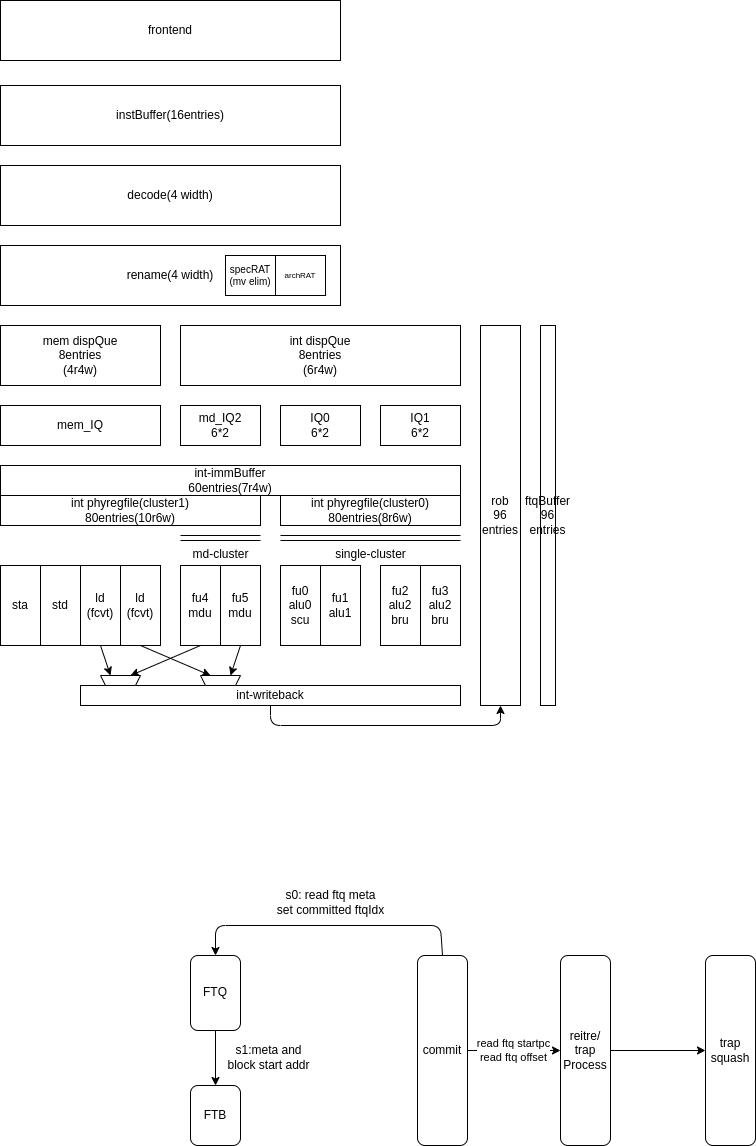
tastynoob/aura-core keeps this draw.io diagram as doc/aura-backend.drawio.png. Above is the earlier version. Source tidied: cells renumbered, new cells last; positions are measured from the earlier drawing's top-left corner, leaving out a move shared by most shapes. Source of this version:
```xml
<mxGraphModel>
  <root>
    <mxCell id="0" />
    <mxCell id="1" parent="0" />
    <mxCell id="2" value="int dispQue&lt;br&gt;8entries&lt;br&gt;(6r4w)" style="rounded=0;whiteSpace=wrap;html=1;align=center;verticalAlign=middle;" parent="1" vertex="1">
      <mxGeometry x="180" y="325" width="280" height="60" as="geometry" />
    </mxCell>
    <mxCell id="3" value="md_IQ2&lt;br&gt;6*2" style="rounded=0;whiteSpace=wrap;html=1;align=center;verticalAlign=middle;" parent="1" vertex="1">
      <mxGeometry x="180" y="405" width="80" height="40" as="geometry" />
    </mxCell>
    <mxCell id="4" value="mem_IQ" style="rounded=0;whiteSpace=wrap;html=1;align=center;verticalAlign=middle;" parent="1" vertex="1">
      <mxGeometry y="405" width="160" height="40" as="geometry" />
    </mxCell>
    <mxCell id="5" value="std" style="rounded=0;whiteSpace=wrap;html=1;" parent="1" vertex="1">
      <mxGeometry x="40" y="565" width="40" height="80" as="geometry" />
    </mxCell>
    <mxCell id="6" value="sta" style="rounded=0;whiteSpace=wrap;html=1;" parent="1" vertex="1">
      <mxGeometry y="565" width="40" height="80" as="geometry" />
    </mxCell>
    <mxCell id="7" style="edgeStyle=none;html=1;exitX=0.5;exitY=1;exitDx=0;exitDy=0;entryX=0.75;entryY=1;entryDx=0;entryDy=0;fontSize=10;" parent="1" edge="1" source="8" target="29">
      <mxGeometry relative="1" as="geometry" />
    </mxCell>
    <mxCell id="8" value="ld&lt;br&gt;(fcvt)" style="rounded=0;whiteSpace=wrap;html=1;" parent="1" vertex="1">
      <mxGeometry x="120" y="565" width="40" height="80" as="geometry" />
    </mxCell>
    <mxCell id="9" style="edgeStyle=none;html=1;exitX=0.5;exitY=1;exitDx=0;exitDy=0;entryX=0.75;entryY=1;entryDx=0;entryDy=0;fontSize=10;" parent="1" edge="1" source="10" target="28">
      <mxGeometry relative="1" as="geometry" />
    </mxCell>
    <mxCell id="10" value="ld&lt;br&gt;(fcvt)" style="rounded=0;whiteSpace=wrap;html=1;" parent="1" vertex="1">
      <mxGeometry x="80" y="565" width="40" height="80" as="geometry" />
    </mxCell>
    <mxCell id="11" value="IQ0&lt;br&gt;6*2" style="rounded=0;whiteSpace=wrap;html=1;align=center;verticalAlign=middle;" parent="1" vertex="1">
      <mxGeometry x="280" y="405" width="80" height="40" as="geometry" />
    </mxCell>
    <mxCell id="12" value="IQ1&lt;br&gt;6*2" style="rounded=0;whiteSpace=wrap;html=1;align=center;verticalAlign=middle;" parent="1" vertex="1">
      <mxGeometry x="380" y="405" width="80" height="40" as="geometry" />
    </mxCell>
    <mxCell id="13" value="fu2&lt;br&gt;alu2&lt;br&gt;bru" style="rounded=0;whiteSpace=wrap;html=1;" parent="1" vertex="1">
      <mxGeometry x="380" y="565" width="40" height="80" as="geometry" />
    </mxCell>
    <mxCell id="14" style="group;" parent="1" vertex="1">
      <mxGeometry x="180" y="555" width="80" height="80" as="geometry" />
    </mxCell>
    <mxCell id="15" value="fu5&lt;br&gt;mdu" style="rounded=0;whiteSpace=wrap;html=1;" parent="14" vertex="1">
      <mxGeometry x="40" y="10" width="40" height="80" as="geometry" />
    </mxCell>
    <mxCell id="16" value="fu4&lt;br&gt;mdu" style="rounded=0;whiteSpace=wrap;html=1;" parent="14" vertex="1">
      <mxGeometry y="10" width="40" height="80" as="geometry" />
    </mxCell>
    <mxCell id="17" value="int-immBuffer&lt;br&gt;60entries(7r4w)" style="rounded=0;whiteSpace=wrap;html=1;align=center;verticalAlign=middle;" parent="1" vertex="1">
      <mxGeometry y="465" width="460" height="30" as="geometry" />
    </mxCell>
    <mxCell id="18" value="int phyregfile(cluster0)&lt;br&gt;80entries(8r6w)" style="rounded=0;whiteSpace=wrap;html=1;align=center;verticalAlign=middle;" parent="1" vertex="1">
      <mxGeometry x="280" y="495" width="180" height="30" as="geometry" />
    </mxCell>
    <mxCell id="19" value="int phyregfile(cluster1)&lt;br&gt;80entries(10r6w)" style="rounded=0;whiteSpace=wrap;html=1;align=center;verticalAlign=middle;" parent="1" vertex="1">
      <mxGeometry y="495" width="260" height="30" as="geometry" />
    </mxCell>
    <mxCell id="20" value="mem dispQue&lt;br&gt;8entries&lt;br&gt;(4r4w)" style="rounded=0;whiteSpace=wrap;html=1;align=center;verticalAlign=middle;" parent="1" vertex="1">
      <mxGeometry y="325" width="160" height="60" as="geometry" />
    </mxCell>
    <mxCell id="21" style="edgeStyle=none;html=1;entryX=0.5;entryY=1;entryDx=0;entryDy=0;" parent="1" edge="1" source="22" target="27">
      <mxGeometry relative="1" as="geometry">
        <Array as="points">
          <mxPoint x="270" y="725" />
          <mxPoint x="500" y="725" />
        </Array>
      </mxGeometry>
    </mxCell>
    <mxCell id="22" value="int-writeback" style="rounded=0;whiteSpace=wrap;html=1;align=center;verticalAlign=middle;" parent="1" vertex="1">
      <mxGeometry x="80" y="685" width="380" height="20" as="geometry" />
    </mxCell>
    <mxCell id="23" style="group;" parent="1" vertex="1">
      <mxGeometry y="245" width="340" height="60" as="geometry" />
    </mxCell>
    <mxCell id="24" value="rename(4 width)" style="rounded=0;whiteSpace=wrap;html=1;align=center;verticalAlign=middle;" parent="23" vertex="1">
      <mxGeometry width="340" height="60" as="geometry" />
    </mxCell>
    <mxCell id="25" value="specRAT&lt;br&gt;(mv elim)" style="rounded=0;whiteSpace=wrap;html=1;align=center;verticalAlign=middle;fontSize=10;" parent="23" vertex="1">
      <mxGeometry x="225" y="10" width="50" height="40" as="geometry" />
    </mxCell>
    <mxCell id="26" value="archRAT" style="rounded=0;whiteSpace=wrap;html=1;fontSize=8;" parent="23" vertex="1">
      <mxGeometry x="275" y="10" width="50" height="40" as="geometry" />
    </mxCell>
    <mxCell id="27" value="rob&lt;br&gt;96&lt;br&gt;entries" style="rounded=0;whiteSpace=wrap;html=1;align=center;verticalAlign=middle;" parent="1" vertex="1">
      <mxGeometry x="480" y="325" width="40" height="380" as="geometry" />
    </mxCell>
    <mxCell id="28" style="shape=trapezoid;perimeter=trapezoidPerimeter;whiteSpace=wrap;html=1;fixedSize=1;fontSize=10;rotation=-180;size=4.999999999999886;" parent="1" vertex="1">
      <mxGeometry x="100" y="675" width="40" height="10" as="geometry" />
    </mxCell>
    <mxCell id="29" style="shape=trapezoid;perimeter=trapezoidPerimeter;whiteSpace=wrap;html=1;fixedSize=1;fontSize=10;rotation=-180;size=4.999999999999886;" parent="1" vertex="1">
      <mxGeometry x="200" y="675" width="40" height="10" as="geometry" />
    </mxCell>
    <mxCell id="30" style="edgeStyle=none;html=1;exitX=0.5;exitY=1;exitDx=0;exitDy=0;entryX=0.25;entryY=1;entryDx=0;entryDy=0;fontSize=10;" parent="1" edge="1" source="16" target="28">
      <mxGeometry relative="1" as="geometry" />
    </mxCell>
    <mxCell id="31" style="edgeStyle=none;html=1;exitX=0.5;exitY=1;exitDx=0;exitDy=0;entryX=0.25;entryY=1;entryDx=0;entryDy=0;fontSize=10;" parent="1" edge="1" source="15" target="29">
      <mxGeometry relative="1" as="geometry" />
    </mxCell>
    <mxCell id="32" value="decode(4 width)" style="rounded=0;whiteSpace=wrap;html=1;align=center;verticalAlign=middle;" parent="1" vertex="1">
      <mxGeometry y="165" width="340" height="60" as="geometry" />
    </mxCell>
    <mxCell id="33" value="instBuffer(16entries)" style="rounded=0;whiteSpace=wrap;html=1;align=center;verticalAlign=middle;" parent="1" vertex="1">
      <mxGeometry y="85" width="340" height="60" as="geometry" />
    </mxCell>
    <mxCell id="34" value="single-cluster" style="verticalLabelPosition=bottom;shadow=0;dashed=0;align=center;html=1;verticalAlign=top;shape=mxgraph.electrical.transmission.2_line_bus;" parent="1" vertex="1">
      <mxGeometry x="280" y="535" width="180" height="5" as="geometry" />
    </mxCell>
    <mxCell id="35" value="md-cluster" style="verticalLabelPosition=bottom;shadow=0;dashed=0;align=center;html=1;verticalAlign=top;shape=mxgraph.electrical.transmission.2_line_bus;" parent="1" vertex="1">
      <mxGeometry x="180" y="535" width="80" height="5" as="geometry" />
    </mxCell>
    <mxCell id="36" value="frontend" style="rounded=0;whiteSpace=wrap;html=1;align=center;verticalAlign=middle;" parent="1" vertex="1">
      <mxGeometry width="340" height="60" as="geometry" />
    </mxCell>
    <mxCell id="37" style="edgeStyle=none;html=1;exitX=0.5;exitY=0;exitDx=0;exitDy=0;entryX=0.5;entryY=0;entryDx=0;entryDy=0;" parent="1" edge="1" source="39" target="43">
      <mxGeometry relative="1" as="geometry">
        <Array as="points">
          <mxPoint x="440" y="925" />
          <mxPoint x="215" y="925" />
        </Array>
      </mxGeometry>
    </mxCell>
    <mxCell id="38" value="read ftq startpc&lt;br&gt;read ftq offset" style="edgeStyle=none;html=1;" parent="1" edge="1" source="39" target="41">
      <mxGeometry relative="1" as="geometry" />
    </mxCell>
    <mxCell id="39" value="commit" style="rounded=1;whiteSpace=wrap;html=1;" parent="1" vertex="1">
      <mxGeometry x="417" y="955" width="50" height="190" as="geometry" />
    </mxCell>
    <mxCell id="40" style="edgeStyle=none;html=1;" parent="1" edge="1" source="41" target="48">
      <mxGeometry relative="1" as="geometry" />
    </mxCell>
    <mxCell id="41" value="reitre/&lt;br&gt;trap Process" style="rounded=1;whiteSpace=wrap;html=1;" parent="1" vertex="1">
      <mxGeometry x="560" y="955" width="50" height="190" as="geometry" />
    </mxCell>
    <mxCell id="42" style="edgeStyle=none;html=1;exitX=0.5;exitY=1;exitDx=0;exitDy=0;entryX=0.5;entryY=0;entryDx=0;entryDy=0;" parent="1" edge="1" source="43" target="45">
      <mxGeometry relative="1" as="geometry" />
    </mxCell>
    <mxCell id="43" value="FTQ" style="rounded=1;whiteSpace=wrap;html=1;" parent="1" vertex="1">
      <mxGeometry x="190" y="955" width="50" height="75" as="geometry" />
    </mxCell>
    <mxCell id="44" value="s0: read ftq meta&lt;br&gt;set committed ftqIdx" style="text;html=1;align=center;verticalAlign=middle;strokeColor=none;fillColor=none;" parent="1" vertex="1">
      <mxGeometry x="265" y="880" width="130" height="45" as="geometry" />
    </mxCell>
    <mxCell id="45" value="FTB" style="rounded=1;whiteSpace=wrap;html=1;" parent="1" vertex="1">
      <mxGeometry x="190" y="1085" width="50" height="60" as="geometry" />
    </mxCell>
    <mxCell id="46" value="s1:meta and&lt;br&gt;block start addr" style="text;html=1;align=center;verticalAlign=middle;strokeColor=none;fillColor=none;" parent="1" vertex="1">
      <mxGeometry x="215" y="1034" width="105" height="45" as="geometry" />
    </mxCell>
    <mxCell id="47" value="ftqBuffer&lt;br&gt;96&lt;br&gt;entries" style="rounded=0;whiteSpace=wrap;html=1;align=center;verticalAlign=middle;" parent="1" vertex="1">
      <mxGeometry x="540" y="325" width="15" height="380" as="geometry" />
    </mxCell>
    <mxCell id="48" value="trap&lt;br&gt;squash" style="rounded=1;whiteSpace=wrap;html=1;" parent="1" vertex="1">
      <mxGeometry x="705" y="955" width="50" height="190" as="geometry" />
    </mxCell>
    <mxCell id="49" value="fu1&lt;br&gt;alu1" style="rounded=0;whiteSpace=wrap;html=1;" parent="1" vertex="1">
      <mxGeometry x="320" y="565" width="40" height="80" as="geometry" />
    </mxCell>
    <mxCell id="50" value="fu0&lt;br&gt;alu0&lt;br&gt;scu" style="rounded=0;whiteSpace=wrap;html=1;" parent="1" vertex="1">
      <mxGeometry x="280" y="565" width="40" height="80" as="geometry" />
    </mxCell>
    <mxCell id="51" value="fu3&lt;br&gt;alu2&lt;br&gt;bru" style="rounded=0;whiteSpace=wrap;html=1;" parent="1" vertex="1">
      <mxGeometry x="420" y="565" width="40" height="80" as="geometry" />
    </mxCell>
  </root>
</mxGraphModel>
```
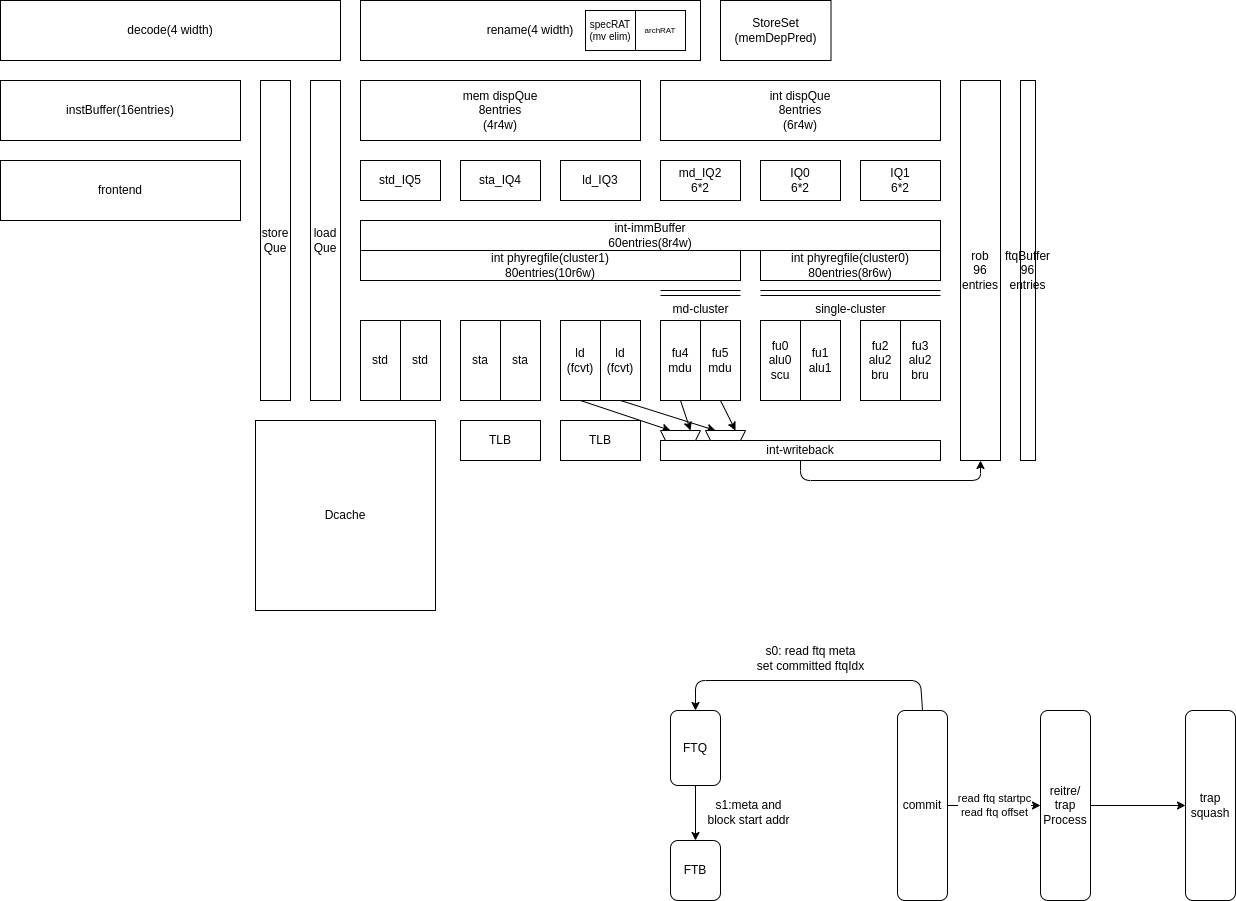
The same file after the commit.

The edit, as a diff of the source:
```diff
@@ -8,14 +8,14 @@
     <mxCell id="3" value="md_IQ2&lt;br&gt;6*2" style="rounded=0;whiteSpace=wrap;html=1;align=center;verticalAlign=middle;" parent="1" vertex="1">
       <mxGeometry x="180" y="405" width="80" height="40" as="geometry" />
     </mxCell>
-    <mxCell id="4" value="mem_IQ" style="rounded=0;whiteSpace=wrap;html=1;align=center;verticalAlign=middle;" parent="1" vertex="1">
-      <mxGeometry y="405" width="160" height="40" as="geometry" />
+    <mxCell id="4" value="sta_IQ4" style="rounded=0;whiteSpace=wrap;html=1;align=center;verticalAlign=middle;" parent="1" vertex="1">
+      <mxGeometry x="-20" y="405" width="80" height="40" as="geometry" />
     </mxCell>
-    <mxCell id="5" value="std" style="rounded=0;whiteSpace=wrap;html=1;" parent="1" vertex="1">
-      <mxGeometry x="40" y="565" width="40" height="80" as="geometry" />
+    <mxCell id="5" value="sta" style="rounded=0;whiteSpace=wrap;html=1;" parent="1" vertex="1">
+      <mxGeometry x="-20" y="565" width="40" height="80" as="geometry" />
     </mxCell>
     <mxCell id="6" value="sta" style="rounded=0;whiteSpace=wrap;html=1;" parent="1" vertex="1">
-      <mxGeometry y="565" width="40" height="80" as="geometry" />
+      <mxGeometry x="20" y="565" width="40" height="80" as="geometry" />
     </mxCell>
     <mxCell id="7" style="edgeStyle=none;html=1;exitX=0.5;exitY=1;exitDx=0;exitDy=0;entryX=0.75;entryY=1;entryDx=0;entryDy=0;fontSize=10;" parent="1" edge="1" source="8" target="29">
       <mxGeometry relative="1" as="geometry" />
@@ -47,31 +47,31 @@
     <mxCell id="16" value="fu4&lt;br&gt;mdu" style="rounded=0;whiteSpace=wrap;html=1;" parent="14" vertex="1">
       <mxGeometry y="10" width="40" height="80" as="geometry" />
     </mxCell>
-    <mxCell id="17" value="int-immBuffer&lt;br&gt;60entries(7r4w)" style="rounded=0;whiteSpace=wrap;html=1;align=center;verticalAlign=middle;" parent="1" vertex="1">
-      <mxGeometry y="465" width="460" height="30" as="geometry" />
+    <mxCell id="17" value="int-immBuffer&lt;br&gt;60entries(8r4w)" style="rounded=0;whiteSpace=wrap;html=1;align=center;verticalAlign=middle;" parent="1" vertex="1">
+      <mxGeometry x="-120" y="465" width="580" height="30" as="geometry" />
     </mxCell>
     <mxCell id="18" value="int phyregfile(cluster0)&lt;br&gt;80entries(8r6w)" style="rounded=0;whiteSpace=wrap;html=1;align=center;verticalAlign=middle;" parent="1" vertex="1">
       <mxGeometry x="280" y="495" width="180" height="30" as="geometry" />
     </mxCell>
     <mxCell id="19" value="int phyregfile(cluster1)&lt;br&gt;80entries(10r6w)" style="rounded=0;whiteSpace=wrap;html=1;align=center;verticalAlign=middle;" parent="1" vertex="1">
-      <mxGeometry y="495" width="260" height="30" as="geometry" />
+      <mxGeometry x="-120" y="495" width="380" height="30" as="geometry" />
     </mxCell>
     <mxCell id="20" value="mem dispQue&lt;br&gt;8entries&lt;br&gt;(4r4w)" style="rounded=0;whiteSpace=wrap;html=1;align=center;verticalAlign=middle;" parent="1" vertex="1">
-      <mxGeometry y="325" width="160" height="60" as="geometry" />
+      <mxGeometry x="-120" y="325" width="280" height="60" as="geometry" />
     </mxCell>
     <mxCell id="21" style="edgeStyle=none;html=1;entryX=0.5;entryY=1;entryDx=0;entryDy=0;" parent="1" edge="1" source="22" target="27">
       <mxGeometry relative="1" as="geometry">
         <Array as="points">
-          <mxPoint x="270" y="725" />
+          <mxPoint x="320" y="725" />
           <mxPoint x="500" y="725" />
         </Array>
       </mxGeometry>
     </mxCell>
     <mxCell id="22" value="int-writeback" style="rounded=0;whiteSpace=wrap;html=1;align=center;verticalAlign=middle;" parent="1" vertex="1">
-      <mxGeometry x="80" y="685" width="380" height="20" as="geometry" />
+      <mxGeometry x="180" y="685" width="280" height="20" as="geometry" />
     </mxCell>
     <mxCell id="23" style="group;" parent="1" vertex="1">
-      <mxGeometry y="245" width="340" height="60" as="geometry" />
+      <mxGeometry x="-120" y="245" width="340" height="60" as="geometry" />
     </mxCell>
     <mxCell id="24" value="rename(4 width)" style="rounded=0;whiteSpace=wrap;html=1;align=center;verticalAlign=middle;" parent="23" vertex="1">
       <mxGeometry width="340" height="60" as="geometry" />
@@ -86,10 +86,10 @@
       <mxGeometry x="480" y="325" width="40" height="380" as="geometry" />
     </mxCell>
     <mxCell id="28" style="shape=trapezoid;perimeter=trapezoidPerimeter;whiteSpace=wrap;html=1;fixedSize=1;fontSize=10;rotation=-180;size=4.999999999999886;" parent="1" vertex="1">
-      <mxGeometry x="100" y="675" width="40" height="10" as="geometry" />
+      <mxGeometry x="180" y="675" width="40" height="10" as="geometry" />
     </mxCell>
     <mxCell id="29" style="shape=trapezoid;perimeter=trapezoidPerimeter;whiteSpace=wrap;html=1;fixedSize=1;fontSize=10;rotation=-180;size=4.999999999999886;" parent="1" vertex="1">
-      <mxGeometry x="200" y="675" width="40" height="10" as="geometry" />
+      <mxGeometry x="225" y="675" width="40" height="10" as="geometry" />
     </mxCell>
     <mxCell id="30" style="edgeStyle=none;html=1;exitX=0.5;exitY=1;exitDx=0;exitDy=0;entryX=0.25;entryY=1;entryDx=0;entryDy=0;fontSize=10;" parent="1" edge="1" source="16" target="28">
       <mxGeometry relative="1" as="geometry" />
@@ -98,10 +98,10 @@
       <mxGeometry relative="1" as="geometry" />
     </mxCell>
     <mxCell id="32" value="decode(4 width)" style="rounded=0;whiteSpace=wrap;html=1;align=center;verticalAlign=middle;" parent="1" vertex="1">
-      <mxGeometry y="165" width="340" height="60" as="geometry" />
+      <mxGeometry x="-480" y="245" width="340" height="60" as="geometry" />
     </mxCell>
     <mxCell id="33" value="instBuffer(16entries)" style="rounded=0;whiteSpace=wrap;html=1;align=center;verticalAlign=middle;" parent="1" vertex="1">
-      <mxGeometry y="85" width="340" height="60" as="geometry" />
+      <mxGeometry x="-480" y="325" width="240" height="60" as="geometry" />
     </mxCell>
     <mxCell id="34" value="single-cluster" style="verticalLabelPosition=bottom;shadow=0;dashed=0;align=center;html=1;verticalAlign=top;shape=mxgraph.electrical.transmission.2_line_bus;" parent="1" vertex="1">
       <mxGeometry x="280" y="535" width="180" height="5" as="geometry" />
@@ -110,7 +110,7 @@
       <mxGeometry x="180" y="535" width="80" height="5" as="geometry" />
     </mxCell>
     <mxCell id="36" value="frontend" style="rounded=0;whiteSpace=wrap;html=1;align=center;verticalAlign=middle;" parent="1" vertex="1">
-      <mxGeometry width="340" height="60" as="geometry" />
+      <mxGeometry x="-480" y="405" width="240" height="60" as="geometry" />
     </mxCell>
     <mxCell id="37" style="edgeStyle=none;html=1;exitX=0.5;exitY=0;exitDx=0;exitDy=0;entryX=0.5;entryY=0;entryDx=0;entryDy=0;" parent="1" edge="1" source="39" target="43">
       <mxGeometry relative="1" as="geometry">
@@ -162,5 +162,35 @@
     <mxCell id="51" value="fu3&lt;br&gt;alu2&lt;br&gt;bru" style="rounded=0;whiteSpace=wrap;html=1;" parent="1" vertex="1">
       <mxGeometry x="420" y="565" width="40" height="80" as="geometry" />
     </mxCell>
+    <mxCell id="52" value="std_IQ5" style="rounded=0;whiteSpace=wrap;html=1;align=center;verticalAlign=middle;" parent="1" vertex="1">
+      <mxGeometry x="-120" y="405" width="80" height="40" as="geometry" />
+    </mxCell>
+    <mxCell id="53" value="ld_IQ3" style="rounded=0;whiteSpace=wrap;html=1;align=center;verticalAlign=middle;" parent="1" vertex="1">
+      <mxGeometry x="80" y="405" width="80" height="40" as="geometry" />
+    </mxCell>
+    <mxCell id="54" value="std" style="rounded=0;whiteSpace=wrap;html=1;" parent="1" vertex="1">
+      <mxGeometry x="-120" y="565" width="40" height="80" as="geometry" />
+    </mxCell>
+    <mxCell id="55" value="std" style="rounded=0;whiteSpace=wrap;html=1;" parent="1" vertex="1">
+      <mxGeometry x="-80" y="565" width="40" height="80" as="geometry" />
+    </mxCell>
+    <mxCell id="56" value="StoreSet (memDepPred)" style="rounded=0;whiteSpace=wrap;html=1;align=center;verticalAlign=middle;" parent="1" vertex="1">
+      <mxGeometry x="240" y="245" width="110.5" height="60" as="geometry" />
+    </mxCell>
+    <mxCell id="57" value="load&lt;br&gt;Que" style="rounded=0;whiteSpace=wrap;html=1;" parent="1" vertex="1">
+      <mxGeometry x="-170" y="325" width="30" height="320" as="geometry" />
+    </mxCell>
+    <mxCell id="58" value="store&lt;br&gt;Que" style="rounded=0;whiteSpace=wrap;html=1;" parent="1" vertex="1">
+      <mxGeometry x="-220" y="325" width="30" height="320" as="geometry" />
+    </mxCell>
+    <mxCell id="59" value="TLB" style="rounded=0;whiteSpace=wrap;html=1;" parent="1" vertex="1">
+      <mxGeometry x="80" y="665" width="80" height="40" as="geometry" />
+    </mxCell>
+    <mxCell id="60" value="TLB" style="rounded=0;whiteSpace=wrap;html=1;" parent="1" vertex="1">
+      <mxGeometry x="-20" y="665" width="80" height="40" as="geometry" />
+    </mxCell>
+    <mxCell id="61" value="Dcache" style="rounded=0;whiteSpace=wrap;html=1;" parent="1" vertex="1">
+      <mxGeometry x="-225" y="665" width="180" height="190" as="geometry" />
+    </mxCell>
   </root>
 </mxGraphModel>
```
